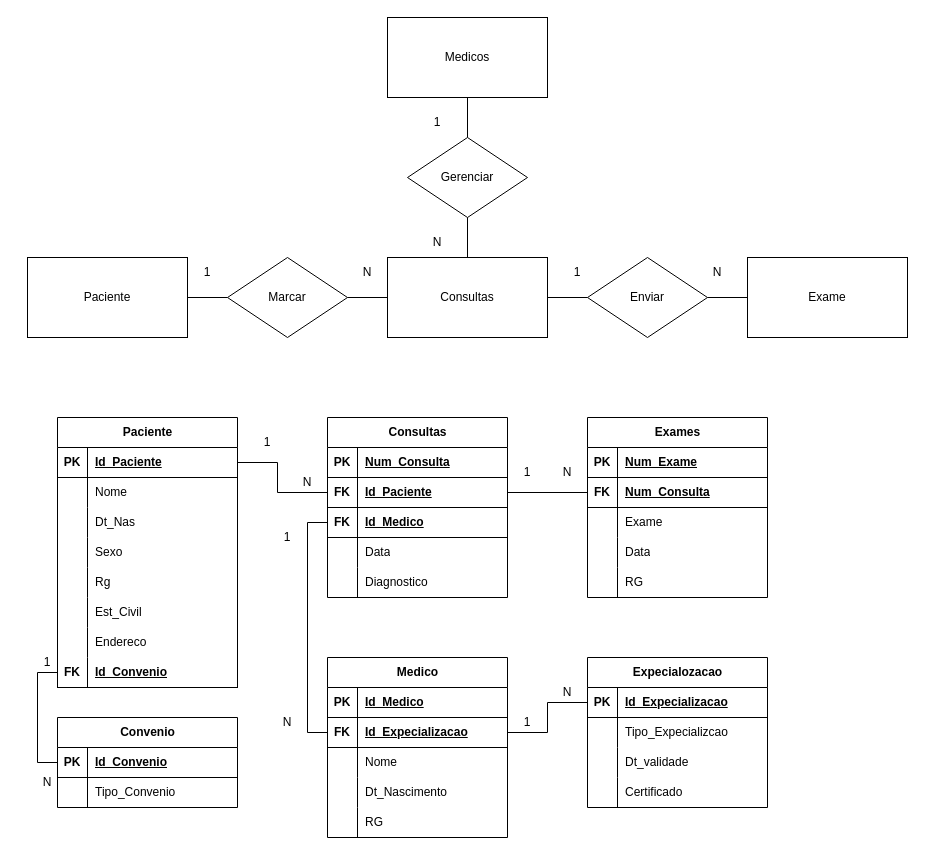
The draw.io diagram Ayv_edna.drawio in Endrigogustavo/2Ano-ETEC, before the edit. Source tidied: cells renumbered, new cells numbered last; positions are measured from the earlier drawing's top-left corner, leaving out a move shared by most shapes. Both pictures are drawn from the tidied source at 100%, with x=0, y=0 at pixel (17, 17).
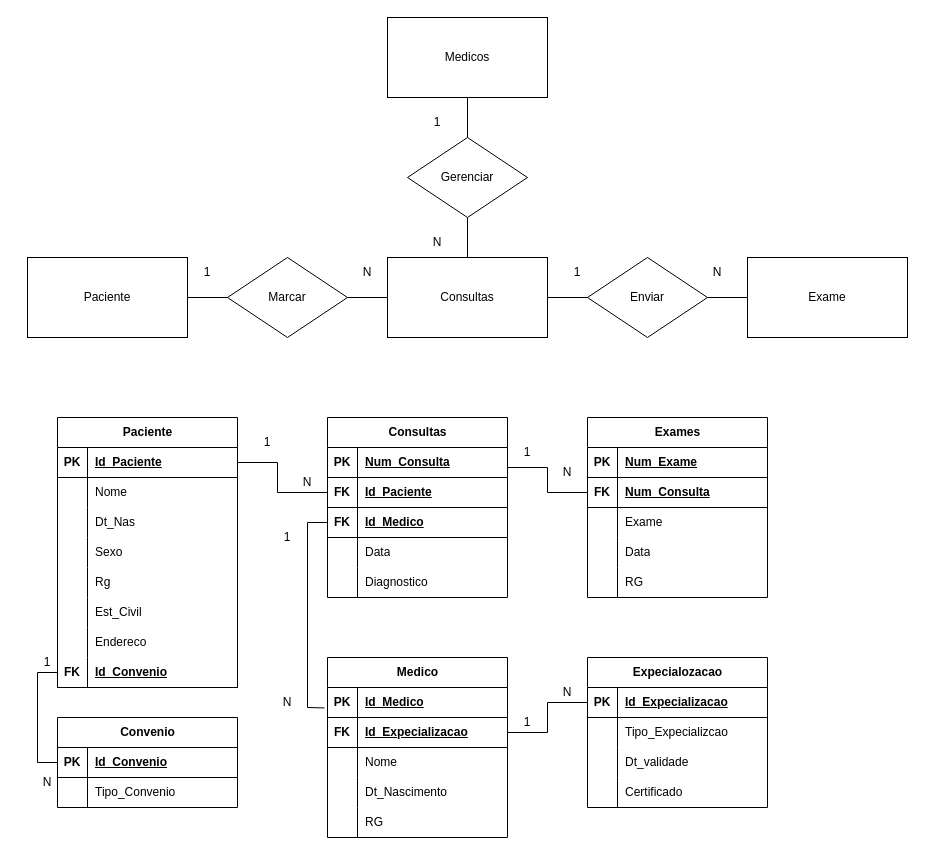
The same page after the edit.

The change refers to these unchanged cells:
```xml
<mxCell id="50" style="shape=tableRow;horizontal=0;startSize=0;swimlaneHead=0;swimlaneBody=0;fillColor=none;points=[[0,0.5],[1,0.5]];portConstraint=eastwest;top=0;left=0;right=0;bottom=1;" parent="46" vertex="1">
  <mxGeometry y="60" width="180" height="30" as="geometry" />
</mxCell>
<mxCell id="53" style="shape=tableRow;horizontal=0;startSize=0;swimlaneHead=0;swimlaneBody=0;fillColor=none;points=[[0,0.5],[1,0.5]];portConstraint=eastwest;top=0;left=0;right=0;bottom=1;" parent="46" vertex="1">
  <mxGeometry y="90" width="180" height="30" as="geometry" />
</mxCell>
<mxCell id="64" style="shape=tableRow;horizontal=0;startSize=0;swimlaneHead=0;swimlaneBody=0;fillColor=none;points=[[0,0.5],[1,0.5]];portConstraint=eastwest;top=0;left=0;right=0;bottom=1;" parent="63" vertex="1">
  <mxGeometry y="30" width="180" height="30" as="geometry" />
</mxCell>
<mxCell id="67" style="shape=tableRow;horizontal=0;startSize=0;swimlaneHead=0;swimlaneBody=0;fillColor=none;points=[[0,0.5],[1,0.5]];portConstraint=eastwest;top=0;left=0;right=0;bottom=1;" parent="63" vertex="1">
  <mxGeometry y="60" width="180" height="30" as="geometry" />
</mxCell>
<mxCell id="98" style="shape=tableRow;horizontal=0;startSize=0;swimlaneHead=0;swimlaneBody=0;fillColor=none;points=[[0,0.5],[1,0.5]];portConstraint=eastwest;top=0;left=0;right=0;bottom=1;" parent="94" vertex="1">
  <mxGeometry y="60" width="180" height="30" as="geometry" />
</mxCell>
```

Diff of the diagram source:
```diff
@@
-    <mxCell id="79" style="endArrow=none;html=1;rounded=0;entryX=0;entryY=0.5;entryDx=0;entryDy=0;exitX=0;exitY=0.5;exitDx=0;exitDy=0;" parent="1" edge="1" source="67" target="53">
+    <mxCell id="79" style="endArrow=none;html=1;rounded=0;entryX=0;entryY=0.5;entryDx=0;entryDy=0;exitX=-0.017;exitY=0.681;exitDx=0;exitDy=0;exitPerimeter=0;" parent="1" edge="1" source="64" target="53">
       <mxGeometry relative="1" as="geometry">
         <Array as="points">
-          <mxPoint x="290" y="715" />
+          <mxPoint x="290" y="690" />
           <mxPoint x="290" y="505" />
         </Array>
       </mxGeometry>
     </mxCell>
@@
-    <mxCell id="110" style="endArrow=none;html=1;rounded=0;exitX=1;exitY=0.5;exitDx=0;exitDy=0;entryX=0;entryY=0.5;entryDx=0;entryDy=0;" parent="1" edge="1" source="50" target="98">
-      <mxGeometry relative="1" as="geometry" />
+    <mxCell id="110" style="endArrow=none;html=1;rounded=0;entryX=0;entryY=0.5;entryDx=0;entryDy=0;" parent="1" edge="1" source="117" target="98">
+      <mxGeometry relative="1" as="geometry">
+        <Array as="points">
+          <mxPoint x="490" y="450" />
+          <mxPoint x="530" y="450" />
+          <mxPoint x="530" y="475" />
+        </Array>
+      </mxGeometry>
     </mxCell>
@@
     <mxCell id="114" value="N" style="text;html=1;strokeColor=none;fillColor=none;align=center;verticalAlign=middle;whiteSpace=wrap;rounded=0;" parent="1" vertex="1">
-      <mxGeometry x="240" y="690" width="60" height="30" as="geometry" />
+      <mxGeometry x="240" y="670" width="60" height="30" as="geometry" />
     </mxCell>
@@
     <mxCell id="117" value="1" style="text;html=1;strokeColor=none;fillColor=none;align=center;verticalAlign=middle;whiteSpace=wrap;rounded=0;" parent="1" vertex="1">
-      <mxGeometry x="480" y="440" width="60" height="30" as="geometry" />
+      <mxGeometry x="480" y="420" width="60" height="30" as="geometry" />
     </mxCell>
```
